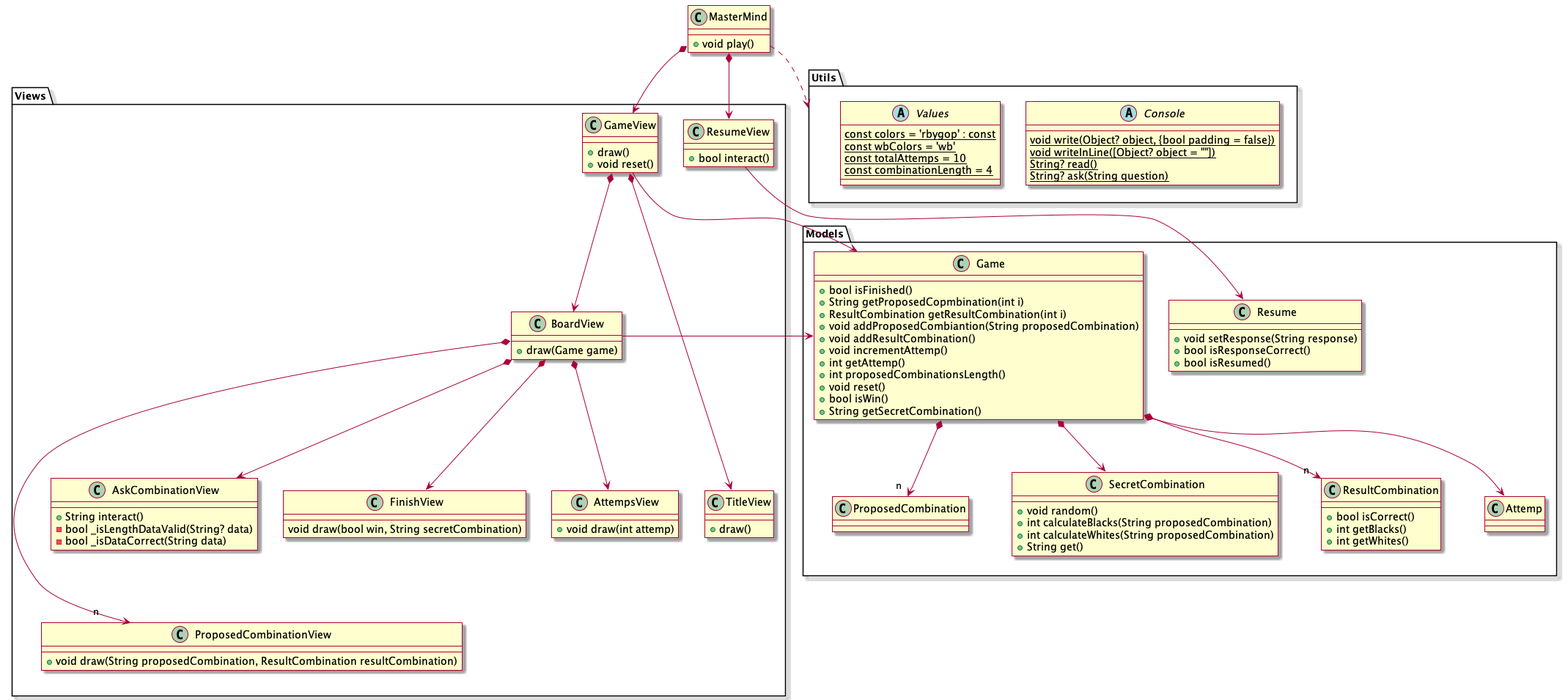
The PlantUML diagram out/uml/design_model_v4.png in escuela-it/mastermind, before a commit. Its diagram source:
```plantuml
@startuml design_model_v4

skin rose



class MasterMind {
    + void play()
}

package Views {
    class GameView {
        + draw()
        + void reset()
    }

    class TitleView {
        + draw()
    }

    class BoardView {
        + draw(Game game)
    }

    class AttempsView {
        + void draw(int attemp)
    }

    class ProposedCombinationView {
        + void draw(String proposedCombination, ResultCombination resultCombination)
    }

    class AskCombinationView {
        + String interact()
        - bool _isLengthDataValid(String? data)
        - bool _isDataCorrect(String data)
    }

    class ResumeView {
        + bool interact()
    }

    class FinishView {
        void draw(bool win, String secretCombination)
    }


}

package Models {

    class Game {
        + bool isFinished()
        + String getProposedCopmbination(int i)
        + ResultCombination getResultCombination(int i)
        + void addProposedCombiantion(String proposedCombination)
        + void addResultCombination()
        + void incrementAttemp()
        + int getAttemp()
        + int proposedCombinationsLength()
        + void reset()
        + bool isWin()
        + String getSecretCombination()


    }

    class ProposedCombination {

    }

    class SecretCombination {
        + void random()
        + int calculateBlacks(String proposedCombination)
        + int calculateWhites(String proposedCombination)
        + String get()
    }

    class ResultCombination {
        + bool isCorrect()
        + int getBlacks()
        + int getWhites()
    }

    class Resume {
        + void setResponse(String response)
        + bool isResponseCorrect()
        + bool isResumed()
    }

    class Attemp {}
}

package Utils {
    abstract class Console {
       {static} void write(Object? object, {bool padding = false})
       {static} void writeInLine([Object? object = ""])
       {static} String? read()
       {static} String? ask(String question)
    }

    abstract class Values {
        {static} const colors = 'rbygop' : const
        {static} const wbColors = 'wb'
        {static} const totalAttemps = 10
        {static} const combinationLength = 4
    }

}


MasterMind *--> GameView
MasterMind *--> ResumeView

ResumeView --> Resume


GameView *---> TitleView
GameView *--> BoardView
GameView --> Game

Game *--> SecretCombination
Game *--> "  n  " ResultCombination
Game *--> "  n  " ProposedCombination
Game *--> Attemp

BoardView *--> AttempsView
BoardView *---> "  n  " ProposedCombinationView
BoardView *--> AskCombinationView
BoardView *--> FinishView
BoardView -left-> Game

MasterMind ..> Utils

@enduml
```
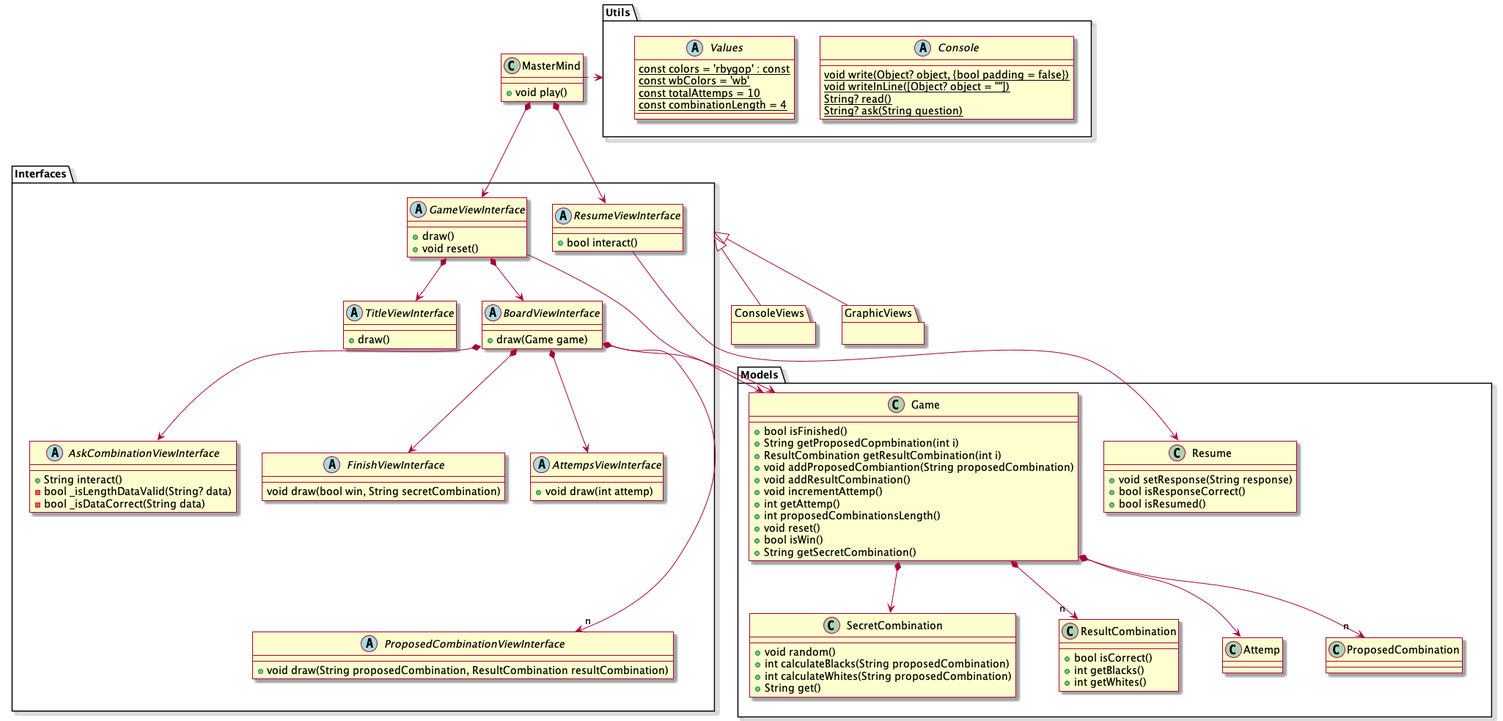
After the commit.

The edit, as a diff of the source:
```diff
@@ -8,43 +8,47 @@
     + void play()
 }
 
-package Views {
-    class GameView {
+package Interfaces {
+    abstract class GameViewInterface {
         + draw()
         + void reset()
     }
 
-    class TitleView {
+    abstract class TitleViewInterface {
         + draw()
     }
 
-    class BoardView {
+    abstract class BoardViewInterface {
         + draw(Game game)
     }
 
-    class AttempsView {
+    abstract class AttempsViewInterface {
         + void draw(int attemp)
     }
 
-    class ProposedCombinationView {
+    abstract class ProposedCombinationViewInterface {
         + void draw(String proposedCombination, ResultCombination resultCombination)
     }
 
-    class AskCombinationView {
+    abstract class AskCombinationViewInterface {
         + String interact()
         - bool _isLengthDataValid(String? data)
         - bool _isDataCorrect(String data)
     }
 
-    class ResumeView {
+    abstract class ResumeViewInterface {
         + bool interact()
     }
 
-    class FinishView {
+    abstract class FinishViewInterface {
         void draw(bool win, String secretCombination)
     }
+}
 
+package ConsoleViews {
+}
 
+package GraphicViews {
 }
 
 package Models {
@@ -109,27 +113,31 @@
 }
 
 
-MasterMind *--> GameView
-MasterMind *--> ResumeView
+MasterMind *--> GameViewInterface
+MasterMind *--> ResumeViewInterface
 
-ResumeView --> Resume
+ResumeViewInterface --> Resume
 
 
-GameView *---> TitleView
-GameView *--> BoardView
-GameView --> Game
+GameViewInterface *--> TitleViewInterface
+GameViewInterface *--> BoardViewInterface
+GameViewInterface --> Game
 
 Game *--> SecretCombination
 Game *--> "  n  " ResultCombination
 Game *--> "  n  " ProposedCombination
 Game *--> Attemp
 
-BoardView *--> AttempsView
-BoardView *---> "  n  " ProposedCombinationView
-BoardView *--> AskCombinationView
-BoardView *--> FinishView
-BoardView -left-> Game
+BoardViewInterface *--> AttempsViewInterface
+BoardViewInterface *---> "  n  " ProposedCombinationViewInterface
+BoardViewInterface *--> AskCombinationViewInterface
+BoardViewInterface *--> FinishViewInterface
+BoardViewInterface --> Game
 
-MasterMind ..> Utils
+MasterMind .right.> Utils
+
+Interfaces <|-- ConsoleViews
+Interfaces <|-- GraphicViews
+
 
 @enduml
```
